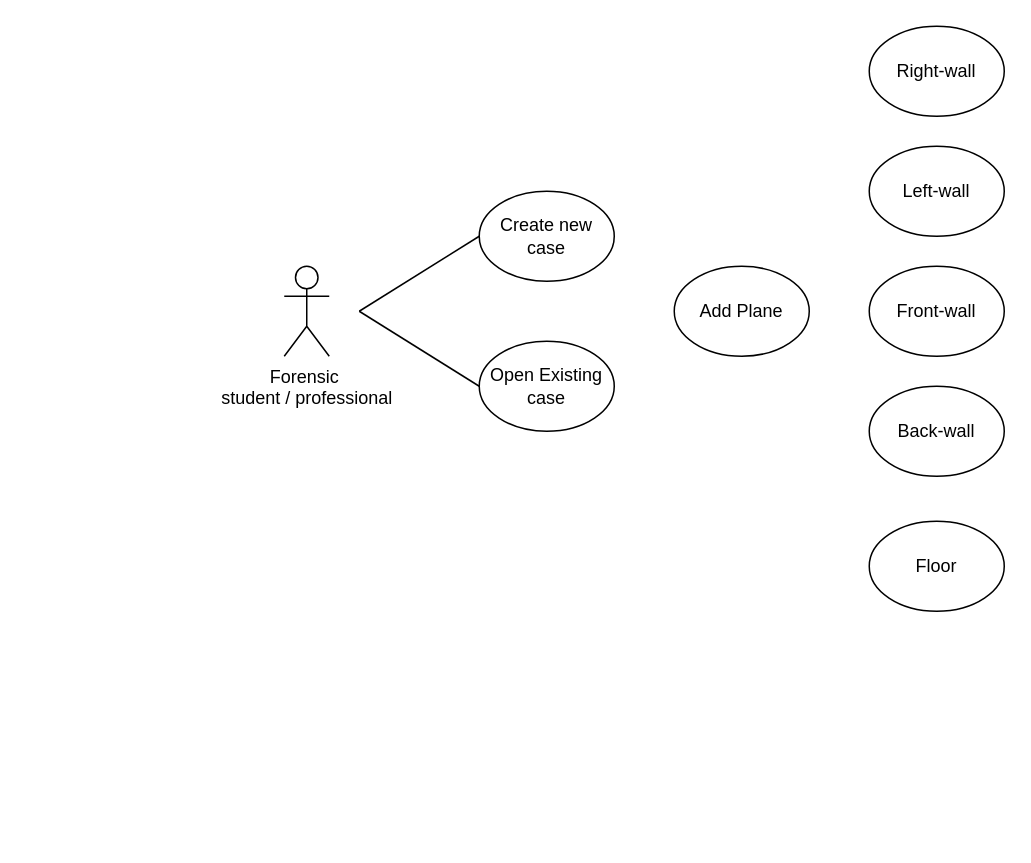
Earlier version of the draw.io diagram AiCore.drawio (HansongProgramming/CapstoneAiCoreDesktop). Source tidied: cells renumbered, new cells numbered last; positions are measured from the earlier drawing's top-left corner, leaving out a move shared by most shapes. Both pictures are drawn from the tidied source at 150%, with x=0, y=0 at pixel (284, 26).
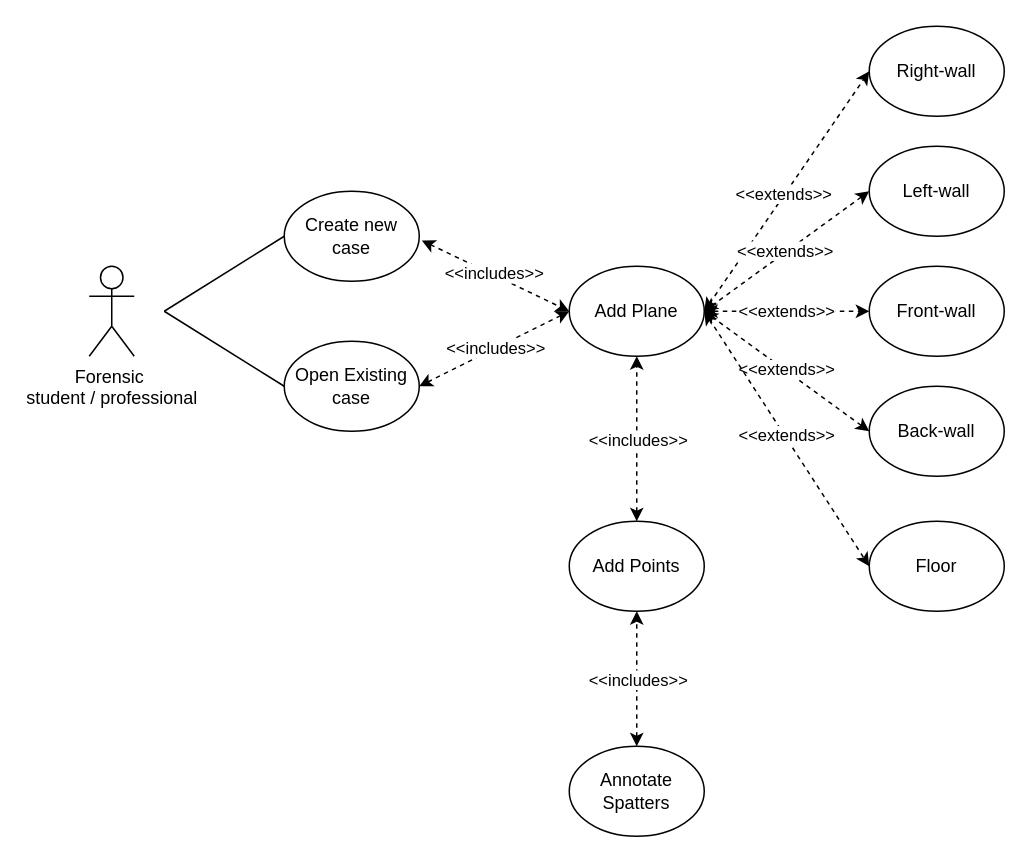
After the change.

Unchanged cells that the change refers to:
```xml
<mxCell id="8" value="Right-wall" style="ellipse;whiteSpace=wrap;html=1;" parent="1" vertex="1">
  <mxGeometry x="390" width="90" height="60" as="geometry" />
</mxCell>
<mxCell id="9" value="Left-wall" style="ellipse;whiteSpace=wrap;html=1;" parent="1" vertex="1">
  <mxGeometry x="390" y="80" width="90" height="60" as="geometry" />
</mxCell>
<mxCell id="10" value="Front-wall" style="ellipse;whiteSpace=wrap;html=1;" parent="1" vertex="1">
  <mxGeometry x="390" y="160" width="90" height="60" as="geometry" />
</mxCell>
<mxCell id="11" value="Back-wall" style="ellipse;whiteSpace=wrap;html=1;" parent="1" vertex="1">
  <mxGeometry x="390" y="240" width="90" height="60" as="geometry" />
</mxCell>
<mxCell id="12" value="Floor" style="ellipse;whiteSpace=wrap;html=1;" parent="1" vertex="1">
  <mxGeometry x="390" y="330" width="90" height="60" as="geometry" />
</mxCell>
```

Change to the diagram source:
```diff
@@
     <mxCell id="2" value="Forensic&amp;nbsp;&lt;div&gt;student / professional&lt;/div&gt;" style="shape=umlActor;verticalLabelPosition=bottom;verticalAlign=top;html=1;" parent="1" vertex="1">
-      <mxGeometry y="160" width="30" height="60" as="geometry" />
+      <mxGeometry x="-130" y="160" width="30" height="60" as="geometry" />
     </mxCell>
     <mxCell id="3" value="Create new case" style="ellipse;whiteSpace=wrap;html=1;" parent="1" vertex="1">
-      <mxGeometry x="130" y="110" width="90" height="60" as="geometry" />
+      <mxGeometry y="110" width="90" height="60" as="geometry" />
     </mxCell>
     <mxCell id="4" value="Open Existing case" style="ellipse;whiteSpace=wrap;html=1;" parent="1" vertex="1">
-      <mxGeometry x="130" y="210" width="90" height="60" as="geometry" />
+      <mxGeometry y="210" width="90" height="60" as="geometry" />
     </mxCell>
     <mxCell id="5" style="endArrow=none;html=1;rounded=0;" parent="1" edge="1">
       <mxGeometry relative="1" as="geometry">
-        <mxPoint x="50" y="190" as="sourcePoint" />
-        <mxPoint x="130" y="140" as="targetPoint" />
+        <mxPoint x="-80" y="190" as="sourcePoint" />
+        <mxPoint y="140" as="targetPoint" />
       </mxGeometry>
     </mxCell>
     <mxCell id="6" style="endArrow=none;html=1;rounded=0;entryX=0;entryY=0.5;entryDx=0;entryDy=0;" parent="1" edge="1" target="4">
       <mxGeometry relative="1" as="geometry">
-        <mxPoint x="50" y="190" as="sourcePoint" />
+        <mxPoint x="-80" y="190" as="sourcePoint" />
       </mxGeometry>
     </mxCell>
     <mxCell id="7" value="Add Plane" style="ellipse;whiteSpace=wrap;html=1;" parent="1" vertex="1">
-      <mxGeometry x="260" y="160" width="90" height="60" as="geometry" />
+      <mxGeometry x="190" y="160" width="90" height="60" as="geometry" />
     </mxCell>
@@
+    <mxCell id="13" style="endArrow=classic;startArrow=classic;html=1;rounded=0;dashed=1;entryX=0;entryY=0.5;entryDx=0;entryDy=0;exitX=1.019;exitY=0.547;exitDx=0;exitDy=0;exitPerimeter=0;" parent="1" edge="1" source="3" target="7">
+      <mxGeometry relative="1" as="geometry" />
+    </mxCell>
+    <mxCell id="14" value="&amp;lt;&amp;lt;includes&amp;gt;&amp;gt;" style="edgeLabel;html=1;align=center;verticalAlign=middle;" parent="13" vertex="1">
+      <mxGeometry x="-0.02" y="1" relative="1" as="geometry" />
+    </mxCell>
+    <mxCell id="15" style="endArrow=classic;startArrow=classic;html=1;rounded=0;dashed=1;entryX=0;entryY=0.5;entryDx=0;entryDy=0;exitX=1;exitY=0.5;exitDx=0;exitDy=0;" parent="1" edge="1" source="4" target="7">
+      <mxGeometry relative="1" as="geometry" />
+    </mxCell>
+    <mxCell id="16" value="&amp;lt;&amp;lt;includes&amp;gt;&amp;gt;" style="edgeLabel;html=1;align=center;verticalAlign=middle;" parent="15" vertex="1">
+      <mxGeometry relative="1" as="geometry" />
+    </mxCell>
+    <mxCell id="17" style="endArrow=classic;startArrow=classic;html=1;rounded=0;dashed=1;entryX=0;entryY=0.5;entryDx=0;entryDy=0;exitX=1;exitY=0.5;exitDx=0;exitDy=0;" parent="1" edge="1" source="7" target="8">
+      <mxGeometry relative="1" as="geometry" />
+    </mxCell>
+    <mxCell id="18" value="&amp;lt;&amp;lt;extends&amp;gt;&amp;gt;" style="edgeLabel;html=1;align=center;verticalAlign=middle;" parent="17" vertex="1">
+      <mxGeometry x="-0.02" y="1" relative="1" as="geometry" />
+    </mxCell>
+    <mxCell id="19" style="endArrow=classic;startArrow=classic;html=1;rounded=0;dashed=1;entryX=0;entryY=0.5;entryDx=0;entryDy=0;exitX=1;exitY=0.5;exitDx=0;exitDy=0;" parent="1" edge="1" source="7" target="9">
+      <mxGeometry relative="1" as="geometry" />
+    </mxCell>
+    <mxCell id="20" value="&amp;lt;&amp;lt;extends&amp;gt;&amp;gt;" style="edgeLabel;html=1;align=center;verticalAlign=middle;" parent="19" vertex="1">
+      <mxGeometry x="-0.02" y="1" relative="1" as="geometry" />
+    </mxCell>
+    <mxCell id="21" style="endArrow=classic;startArrow=classic;html=1;rounded=0;dashed=1;entryX=0;entryY=0.5;entryDx=0;entryDy=0;exitX=1;exitY=0.5;exitDx=0;exitDy=0;" parent="1" edge="1" source="7" target="10">
+      <mxGeometry relative="1" as="geometry" />
+    </mxCell>
+    <mxCell id="22" value="&amp;lt;&amp;lt;extends&amp;gt;&amp;gt;" style="edgeLabel;html=1;align=center;verticalAlign=middle;" parent="21" vertex="1">
+      <mxGeometry x="-0.02" y="1" relative="1" as="geometry" />
+    </mxCell>
+    <mxCell id="23" style="endArrow=classic;startArrow=classic;html=1;rounded=0;dashed=1;entryX=0;entryY=0.5;entryDx=0;entryDy=0;exitX=1;exitY=0.5;exitDx=0;exitDy=0;" parent="1" edge="1" source="7" target="11">
+      <mxGeometry relative="1" as="geometry" />
+    </mxCell>
+    <mxCell id="24" value="&amp;lt;&amp;lt;extends&amp;gt;&amp;gt;" style="edgeLabel;html=1;align=center;verticalAlign=middle;" parent="23" vertex="1">
+      <mxGeometry x="-0.02" y="1" relative="1" as="geometry" />
+    </mxCell>
+    <mxCell id="25" style="endArrow=classic;startArrow=classic;html=1;rounded=0;dashed=1;entryX=0;entryY=0.5;entryDx=0;entryDy=0;exitX=1;exitY=0.5;exitDx=0;exitDy=0;" parent="1" edge="1" source="7" target="12">
+      <mxGeometry relative="1" as="geometry" />
+    </mxCell>
+    <mxCell id="26" value="&amp;lt;&amp;lt;extends&amp;gt;&amp;gt;" style="edgeLabel;html=1;align=center;verticalAlign=middle;" parent="25" vertex="1">
+      <mxGeometry x="-0.02" y="1" relative="1" as="geometry" />
+    </mxCell>
+    <mxCell id="27" value="Add Points" style="ellipse;whiteSpace=wrap;html=1;" parent="1" vertex="1">
+      <mxGeometry x="190" y="330" width="90" height="60" as="geometry" />
+    </mxCell>
+    <mxCell id="28" style="endArrow=classic;startArrow=classic;html=1;rounded=0;dashed=1;entryX=0.5;entryY=1;entryDx=0;entryDy=0;exitX=0.5;exitY=0;exitDx=0;exitDy=0;" parent="1" edge="1" source="27" target="7">
+      <mxGeometry relative="1" as="geometry" />
+    </mxCell>
+    <mxCell id="29" value="&amp;lt;&amp;lt;includes&amp;gt;&amp;gt;" style="edgeLabel;html=1;align=center;verticalAlign=middle;" parent="28" vertex="1">
+      <mxGeometry relative="1" as="geometry" />
+    </mxCell>
+    <mxCell id="30" value="Annotate Spatters" style="ellipse;whiteSpace=wrap;html=1;" parent="1" vertex="1">
+      <mxGeometry x="190" y="480" width="90" height="60" as="geometry" />
+    </mxCell>
+    <mxCell id="31" style="endArrow=classic;startArrow=classic;html=1;rounded=0;dashed=1;entryX=0.5;entryY=1;entryDx=0;entryDy=0;exitX=0.5;exitY=0;exitDx=0;exitDy=0;" parent="1" edge="1" source="30" target="27">
+      <mxGeometry relative="1" as="geometry" />
+    </mxCell>
+    <mxCell id="32" value="&amp;lt;&amp;lt;includes&amp;gt;&amp;gt;" style="edgeLabel;html=1;align=center;verticalAlign=middle;" parent="31" vertex="1">
+      <mxGeometry relative="1" as="geometry" />
+    </mxCell>
```
